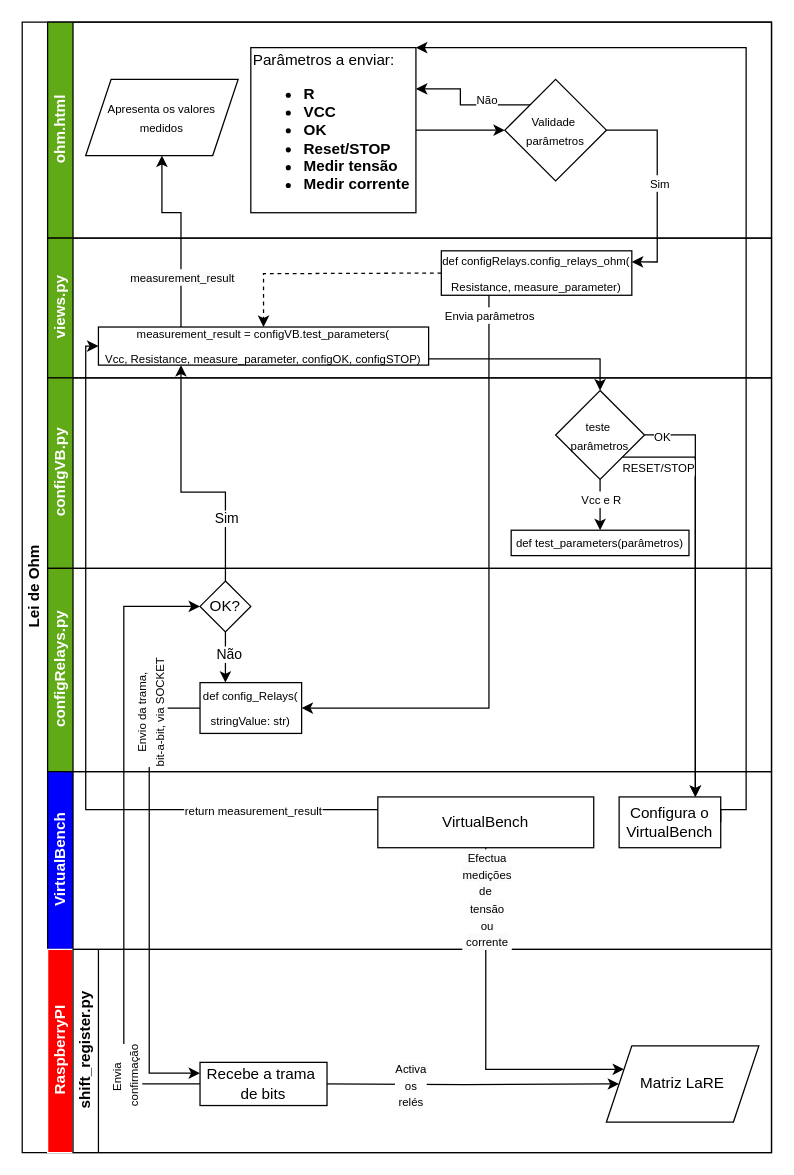
Earlier version of the draw.io diagram diagramas/flowchart_OHM.drawio (eddygrinder/LaRE). Source tidied: cells renumbered, new cells numbered last; positions are measured from the earlier drawing's top-left corner, leaving out a move shared by most shapes. Both pictures are drawn from the tidied source at 127%, with x=0, y=0 at pixel (22, 22).
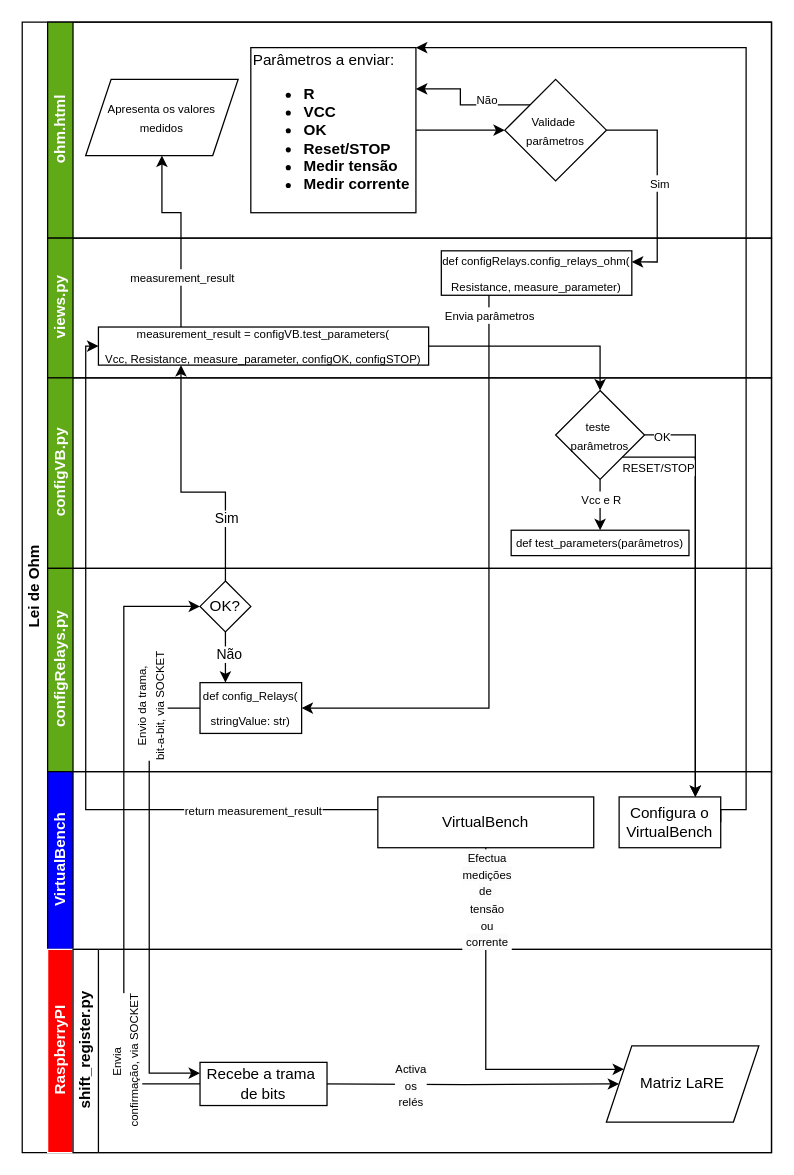
The same page after the edit.

Unchanged cells that the change refers to:
```xml
<mxCell id="2" value="Lei de Ohm" style="swimlane;html=1;horizontal=0;startSize=20;" parent="1" vertex="1">
  <mxGeometry width="590" height="890" as="geometry" />
</mxCell>
<mxCell id="10" value="&lt;font color=&quot;#ffffff&quot;&gt;views.py&lt;/font&gt;" style="swimlane;html=1;startSize=20;horizontal=0;fillColor=#60A917;" parent="2" vertex="1">
  <mxGeometry x="20" y="170" width="570" height="110" as="geometry" />
</mxCell>
<mxCell id="11" value="&lt;div style=&quot;line-height: 19px;&quot;&gt;&lt;font style=&quot;font-size: 9px;&quot;&gt;measurement_result = configVB.test_parameters(&lt;br&gt;&lt;/font&gt;&lt;span style=&quot;font-size: 9px; background-color: initial;&quot;&gt;Vcc, Resistance, measure_parameter, configOK, configSTOP)&lt;/span&gt;&lt;/div&gt;" style="rounded=0;whiteSpace=wrap;html=1;fontFamily=Helvetica;fontSize=12;fontColor=#000000;align=center;" parent="10" vertex="1">
  <mxGeometry x="40" y="70" width="260" height="30" as="geometry" />
</mxCell>
<mxCell id="12" value="&lt;div style=&quot;line-height: 19px;&quot;&gt;&lt;div style=&quot;line-height: 19px;&quot;&gt;&lt;font style=&quot;font-size: 9px;&quot;&gt;def configRelays.config_relays_ohm(&lt;br&gt;Resistance, measure_parameter&lt;/font&gt;&lt;span style=&quot;font-size: 9px; background-color: initial;&quot;&gt;)&lt;/span&gt;&lt;/div&gt;&lt;/div&gt;" style="rounded=0;whiteSpace=wrap;html=1;fontFamily=Helvetica;fontSize=12;fontColor=#000000;align=center;" parent="10" vertex="1">
  <mxGeometry x="310" y="10" width="150" height="35" as="geometry" />
</mxCell>
<mxCell id="18" value="&lt;p&gt;&lt;font style=&quot;font-size: 9px;&quot;&gt;teste&amp;nbsp;&lt;br&gt;&lt;/font&gt;&lt;span style=&quot;font-size: 9px; background-color: initial;&quot;&gt;parâmetros&lt;/span&gt;&lt;/p&gt;" style="rhombus;whiteSpace=wrap;html=1;fontFamily=Helvetica;fontSize=12;fontColor=#000000;align=center;" parent="14" vertex="1">
  <mxGeometry x="400" y="10" width="70" height="70" as="geometry" />
</mxCell>
<mxCell id="36" style="edgeStyle=orthogonalEdgeStyle;rounded=0;jettySize=auto;html=1;exitX=0;exitY=0.5;exitDx=0;exitDy=0;entryX=0;entryY=0.25;entryDx=0;entryDy=0;" parent="2" edge="1" source="20" target="32">
  <mxGeometry relative="1" as="geometry">
    <Array as="points">
      <mxPoint x="100" y="540" />
      <mxPoint x="100" y="827" />
      <mxPoint x="140" y="827" />
    </Array>
  </mxGeometry>
</mxCell>
<mxCell id="38" style="edgeStyle=orthogonalEdgeStyle;rounded=0;jettySize=auto;html=1;exitX=0;exitY=0.5;exitDx=0;exitDy=0;entryX=0;entryY=0.5;entryDx=0;entryDy=0;" parent="2" edge="1" source="32" target="23">
  <mxGeometry relative="1" as="geometry">
    <Array as="points">
      <mxPoint x="80" y="836" />
      <mxPoint x="80" y="460" />
    </Array>
  </mxGeometry>
</mxCell>
```

Diff of the diagram source:
```diff
@@
-    <mxCell id="13" style="endArrow=classic;dashed=1;html=1;rounded=0;exitX=0;exitY=0.5;exitDx=0;exitDy=0;entryX=0.5;entryY=0;entryDx=0;entryDy=0;" parent="10" edge="1" source="12" target="11">
-      <mxGeometry relative="1" as="geometry">
-        <Array as="points">
-          <mxPoint x="170" y="28" />
-        </Array>
-      </mxGeometry>
-    </mxCell>
@@
-    <mxCell id="33" style="edgeStyle=orthogonalEdgeStyle;rounded=0;jettySize=auto;html=1;entryX=0.5;entryY=0;entryDx=0;entryDy=0;" parent="2" edge="1" target="18">
+    <mxCell id="33" style="edgeStyle=orthogonalEdgeStyle;rounded=0;jettySize=auto;html=1;entryX=0.5;entryY=0;entryDx=0;entryDy=0;exitX=1;exitY=0.5;exitDx=0;exitDy=0;" parent="2" edge="1" source="11" target="18">
       <mxGeometry relative="1" as="geometry">
-        <mxPoint x="320" y="265" as="sourcePoint" />
         <Array as="points">
-          <mxPoint x="455" y="265" />
+          <mxPoint x="455" y="255" />
         </Array>
       </mxGeometry>
     </mxCell>
@@
     <mxCell id="37" value="&lt;font style=&quot;font-size: 9px;&quot;&gt;Envio da trama, &lt;br&gt;bit-a-bit,&amp;nbsp;&lt;/font&gt;&lt;span style=&quot;font-size: 9px;&quot;&gt;via SOCKET&lt;/span&gt;" style="edgeLabel;html=1;align=center;verticalAlign=middle;rotation=-90;" parent="36" vertex="1">
       <mxGeometry x="-0.13" relative="1" as="geometry">
-        <mxPoint y="-115" as="offset" />
+        <mxPoint y="-120" as="offset" />
       </mxGeometry>
     </mxCell>
@@
-    <mxCell id="39" value="&lt;font style=&quot;font-size: 9px;&quot;&gt;Envia&amp;nbsp;&lt;/font&gt;&lt;div&gt;&lt;font style=&quot;font-size: 9px;&quot;&gt;confirmação&lt;/font&gt;&lt;/div&gt;" style="edgeLabel;html=1;align=center;verticalAlign=middle;rotation=-90;" parent="38" vertex="1">
+    <mxCell id="39" value="&lt;font style=&quot;font-size: 9px;&quot;&gt;Envia&amp;nbsp;&lt;/font&gt;&lt;div&gt;&lt;font style=&quot;font-size: 9px;&quot;&gt;confirmação, via SOCKET&lt;/font&gt;&lt;/div&gt;" style="edgeLabel;html=1;align=center;verticalAlign=middle;rotation=-90;" parent="38" vertex="1">
       <mxGeometry x="0.34" relative="1" as="geometry">
-        <mxPoint y="267" as="offset" />
+        <mxPoint y="255" as="offset" />
       </mxGeometry>
     </mxCell>
```
